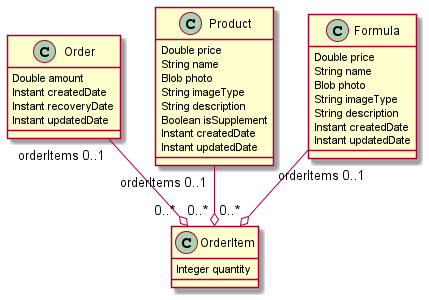
Above: model-copy.png in cyrdominicytos/resto_order_app (PlantUML), before the change. Its diagram source:
```plantuml
@startuml
	!pragma syntax class
	class Order  {
		Double amount
		Instant createdDate
		Instant recoveryDate
		Instant updatedDate
	}
	class OrderItem  {
		Integer quantity
	}
	Order  "orderItems 0..1 " --o "0..* "  OrderItem
	class Product  {
		Double price
		String name
		Blob photo
		String imageType
		String description
		Boolean isSupplement
		Instant createdDate
		Instant updatedDate
	}
	class Formula  {
		Double price
		String name
		Blob photo
		String imageType
		String description
		Instant createdDate
		Instant updatedDate
	}
	Product  "orderItems 0..1 " --o "0..* "  OrderItem
	Formula  "orderItems 0..1 " --o "0..* "  OrderItem
@enduml
```
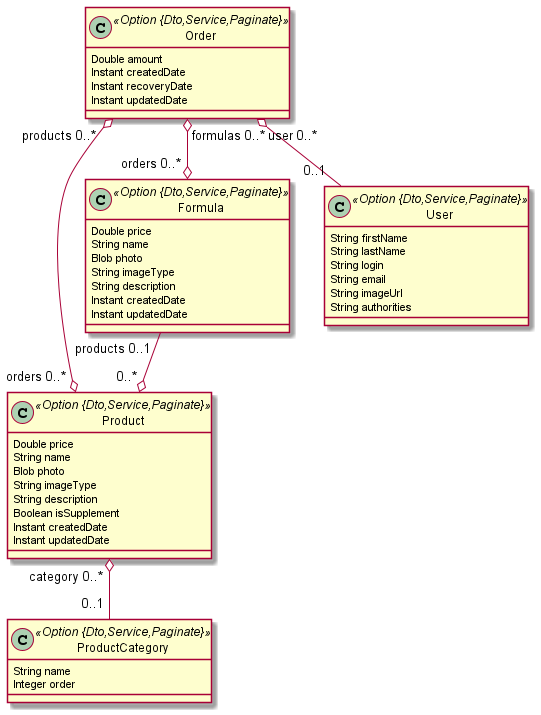
Later version of the same file.

Commit message:
stash chang and reset head

Change to the diagram source:
```diff
@@ -1,16 +1,6 @@
 @startuml
 	!pragma syntax class
-	class Order  {
-		Double amount
-		Instant createdDate
-		Instant recoveryDate
-		Instant updatedDate
-	}
-	class OrderItem  {
-		Integer quantity
-	}
-	Order  "orderItems 0..1 " --o "0..* "  OrderItem
-	class Product  {
+	class Product <<Option {Dto,Service,Paginate}>> {
 		Double price
 		String name
 		Blob photo
@@ -20,7 +10,11 @@
 		Instant createdDate
 		Instant updatedDate
 	}
-	class Formula  {
+	class ProductCategory <<Option {Dto,Service,Paginate}>> {
+		String name
+		Integer order
+	}
+	class Formula <<Option {Dto,Service,Paginate}>> {
 		Double price
 		String name
 		Blob photo
@@ -29,6 +23,23 @@
 		Instant createdDate
 		Instant updatedDate
 	}
-	Product  "orderItems 0..1 " --o "0..* "  OrderItem
-	Formula  "orderItems 0..1 " --o "0..* "  OrderItem
+	class Order <<Option {Dto,Service,Paginate}>> {
+		Double amount
+		Instant createdDate
+		Instant recoveryDate
+		Instant updatedDate
+	}
+	Product  "category 0..* " o-- "0..1 "  ProductCategory
+	Formula  "products 0..1 " --o "0..* "  Product
+	Order  "products 0..* " o--o "orders 0..* "  Product
+	Order  "formulas 0..* " o--o "orders 0..* "  Formula
+	Order  "user 0..* " o-- "0..1 "  User
+	class User <<Option {Dto,Service,Paginate}>> {
+		String firstName
+		String lastName
+		String login
+		String email
+		String imageUrl
+		String authorities
+	}
 @enduml
```
